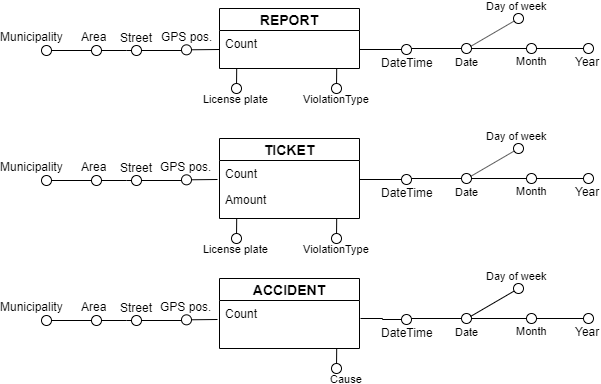
Above: DD/img/DFM.png in SimoneSartoni/SoftwareEngineering2 (draw.io), before the change. Source tidied: cells renumbered, new cells last; positions are measured from the earlier drawing's top-left corner, leaving out a move shared by most shapes.
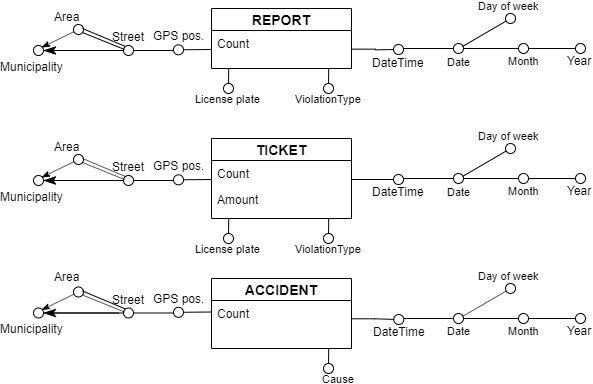
Later version of the same file.

Diff of the diagram source:
```diff
@@ -69,29 +69,26 @@
         <mxPoint x="-21.5" y="-23" as="offset" />
       </mxGeometry>
     </mxCell>
-    <mxCell id="15" style="edgeStyle=none;rounded=0;orthogonalLoop=1;jettySize=auto;html=1;endArrow=oval;endFill=0;endSize=10;spacingTop=0;spacingBottom=0;" parent="1" edge="1">
+    <mxCell id="15" style="edgeStyle=none;rounded=0;orthogonalLoop=1;jettySize=auto;html=1;endArrow=oval;endFill=0;endSize=10;spacingTop=0;spacingBottom=0;startArrow=classicThin;startFill=1;" parent="1" edge="1">
       <mxGeometry relative="1" as="geometry">
-        <mxPoint x="85" y="42" as="sourcePoint" />
-        <mxPoint x="50" y="42" as="targetPoint" />
-        <Array as="points">
-          <mxPoint x="80" y="42" />
-        </Array>
+        <mxPoint x="3" y="39" as="sourcePoint" />
+        <mxPoint x="40" y="21" as="targetPoint" />
       </mxGeometry>
     </mxCell>
     <mxCell id="16" value="Area" style="text;html=1;align=center;verticalAlign=middle;labelBackgroundColor=#ffffff;spacingBottom=5;spacingRight=5;" parent="15" vertex="1">
       <mxGeometry x="0.01" y="1" relative="1" as="geometry">
-        <mxPoint x="-17.5" y="-13" as="offset" />
+        <mxPoint x="9" y="-19" as="offset" />
       </mxGeometry>
     </mxCell>
     <mxCell id="17" style="edgeStyle=none;rounded=0;orthogonalLoop=1;jettySize=auto;html=1;endArrow=oval;endFill=0;endSize=10;spacingTop=0;spacingBottom=0;" parent="1" edge="1">
       <mxGeometry relative="1" as="geometry">
-        <mxPoint x="45" y="42" as="sourcePoint" />
+        <mxPoint x="85" y="42" as="sourcePoint" />
         <mxPoint y="42" as="targetPoint" />
       </mxGeometry>
     </mxCell>
     <mxCell id="18" value="Municipality" style="text;html=1;align=center;verticalAlign=middle;labelBackgroundColor=#ffffff;spacingBottom=5;" parent="17" vertex="1">
       <mxGeometry x="0.01" y="1" relative="1" as="geometry">
-        <mxPoint x="-37.5" y="-13" as="offset" />
+        <mxPoint x="-49.5" y="17" as="offset" />
       </mxGeometry>
     </mxCell>
     <mxCell id="19" value="License plate" style="edgeStyle=none;rounded=0;orthogonalLoop=1;jettySize=auto;html=1;exitX=0.75;exitY=0;exitDx=0;exitDy=0;endArrow=oval;endFill=0;endSize=10;labelBackgroundColor=none;" parent="1" edge="1">
@@ -157,53 +154,6 @@
         <mxPoint x="10.5" y="11" as="offset" />
       </mxGeometry>
     </mxCell>
-    <mxCell id="31" style="edgeStyle=none;rounded=0;orthogonalLoop=1;jettySize=auto;html=1;endArrow=oval;endFill=0;endSize=10;" parent="1" edge="1">
-      <mxGeometry relative="1" as="geometry">
-        <mxPoint x="171" y="171" as="sourcePoint" />
-        <mxPoint x="140" y="171.3" as="targetPoint" />
-      </mxGeometry>
-    </mxCell>
-    <mxCell id="32" value="GPS pos." style="text;html=1;align=center;verticalAlign=middle;labelBackgroundColor=#ffffff;spacingTop=10;" parent="31" vertex="1">
-      <mxGeometry x="-0.39" y="1" relative="1" as="geometry">
-        <mxPoint x="-23" y="-20" as="offset" />
-      </mxGeometry>
-    </mxCell>
-    <mxCell id="33" style="edgeStyle=none;rounded=0;orthogonalLoop=1;jettySize=auto;html=1;endArrow=oval;endFill=0;endSize=10;spacingTop=0;spacingBottom=0;" parent="1" edge="1">
-      <mxGeometry relative="1" as="geometry">
-        <mxPoint x="135" y="172" as="sourcePoint" />
-        <mxPoint x="90" y="172" as="targetPoint" />
-      </mxGeometry>
-    </mxCell>
-    <mxCell id="34" value="Street" style="text;html=1;align=center;verticalAlign=middle;labelBackgroundColor=#ffffff;spacingTop=16;spacingLeft=11;" parent="33" vertex="1">
-      <mxGeometry x="0.33" y="1" relative="1" as="geometry">
-        <mxPoint x="-21.5" y="-23" as="offset" />
-      </mxGeometry>
-    </mxCell>
-    <mxCell id="35" style="edgeStyle=none;rounded=0;orthogonalLoop=1;jettySize=auto;html=1;endArrow=oval;endFill=0;endSize=10;spacingTop=0;spacingBottom=0;" parent="1" edge="1">
-      <mxGeometry relative="1" as="geometry">
-        <mxPoint x="85" y="172" as="sourcePoint" />
-        <mxPoint x="50" y="172" as="targetPoint" />
-        <Array as="points">
-          <mxPoint x="80" y="172" />
-        </Array>
-      </mxGeometry>
-    </mxCell>
-    <mxCell id="36" value="Area" style="text;html=1;align=center;verticalAlign=middle;labelBackgroundColor=#ffffff;spacingBottom=5;spacingRight=5;" parent="35" vertex="1">
-      <mxGeometry x="0.01" y="1" relative="1" as="geometry">
-        <mxPoint x="-17.5" y="-13" as="offset" />
-      </mxGeometry>
-    </mxCell>
-    <mxCell id="37" style="edgeStyle=none;rounded=0;orthogonalLoop=1;jettySize=auto;html=1;endArrow=oval;endFill=0;endSize=10;spacingTop=0;spacingBottom=0;" parent="1" edge="1">
-      <mxGeometry relative="1" as="geometry">
-        <mxPoint x="45" y="172" as="sourcePoint" />
-        <mxPoint y="172" as="targetPoint" />
-      </mxGeometry>
-    </mxCell>
-    <mxCell id="38" value="Municipality" style="text;html=1;align=center;verticalAlign=middle;labelBackgroundColor=#ffffff;spacingBottom=5;" parent="37" vertex="1">
-      <mxGeometry x="0.01" y="1" relative="1" as="geometry">
-        <mxPoint x="-37.5" y="-13" as="offset" />
-      </mxGeometry>
-    </mxCell>
     <mxCell id="39" value="License plate" style="edgeStyle=none;rounded=0;orthogonalLoop=1;jettySize=auto;html=1;exitX=0.75;exitY=0;exitDx=0;exitDy=0;endArrow=oval;endFill=0;endSize=10;labelBackgroundColor=none;" parent="1" edge="1">
       <mxGeometry x="1" y="10" relative="1" as="geometry">
         <mxPoint x="190.2" y="210" as="sourcePoint" />
@@ -267,53 +217,6 @@
         <mxPoint x="10.5" y="11" as="offset" />
       </mxGeometry>
     </mxCell>
-    <mxCell id="50" style="edgeStyle=none;rounded=0;orthogonalLoop=1;jettySize=auto;html=1;endArrow=oval;endFill=0;endSize=10;" parent="1" edge="1">
-      <mxGeometry relative="1" as="geometry">
-        <mxPoint x="171" y="311" as="sourcePoint" />
-        <mxPoint x="140" y="311.3" as="targetPoint" />
-      </mxGeometry>
-    </mxCell>
-    <mxCell id="51" value="GPS pos." style="text;html=1;align=center;verticalAlign=middle;labelBackgroundColor=#ffffff;spacingTop=10;" parent="50" vertex="1">
-      <mxGeometry x="-0.39" y="1" relative="1" as="geometry">
-        <mxPoint x="-23" y="-20" as="offset" />
-      </mxGeometry>
-    </mxCell>
-    <mxCell id="52" style="edgeStyle=none;rounded=0;orthogonalLoop=1;jettySize=auto;html=1;endArrow=oval;endFill=0;endSize=10;spacingTop=0;spacingBottom=0;" parent="1" edge="1">
-      <mxGeometry relative="1" as="geometry">
-        <mxPoint x="135" y="312" as="sourcePoint" />
-        <mxPoint x="90" y="312" as="targetPoint" />
-      </mxGeometry>
-    </mxCell>
-    <mxCell id="53" value="Street" style="text;html=1;align=center;verticalAlign=middle;labelBackgroundColor=#ffffff;spacingTop=16;spacingLeft=11;" parent="52" vertex="1">
-      <mxGeometry x="0.33" y="1" relative="1" as="geometry">
-        <mxPoint x="-21.5" y="-23" as="offset" />
-      </mxGeometry>
-    </mxCell>
-    <mxCell id="54" style="edgeStyle=none;rounded=0;orthogonalLoop=1;jettySize=auto;html=1;endArrow=oval;endFill=0;endSize=10;spacingTop=0;spacingBottom=0;" parent="1" edge="1">
-      <mxGeometry relative="1" as="geometry">
-        <mxPoint x="85" y="312" as="sourcePoint" />
-        <mxPoint x="50" y="312" as="targetPoint" />
-        <Array as="points">
-          <mxPoint x="80" y="312" />
-        </Array>
-      </mxGeometry>
-    </mxCell>
-    <mxCell id="55" value="Area" style="text;html=1;align=center;verticalAlign=middle;labelBackgroundColor=#ffffff;spacingBottom=5;spacingRight=5;" parent="54" vertex="1">
-      <mxGeometry x="0.01" y="1" relative="1" as="geometry">
-        <mxPoint x="-17.5" y="-13" as="offset" />
-      </mxGeometry>
-    </mxCell>
-    <mxCell id="56" style="edgeStyle=none;rounded=0;orthogonalLoop=1;jettySize=auto;html=1;endArrow=oval;endFill=0;endSize=10;spacingTop=0;spacingBottom=0;" parent="1" edge="1">
-      <mxGeometry relative="1" as="geometry">
-        <mxPoint x="45" y="312" as="sourcePoint" />
-        <mxPoint y="312" as="targetPoint" />
-      </mxGeometry>
-    </mxCell>
-    <mxCell id="57" value="Municipality" style="text;html=1;align=center;verticalAlign=middle;labelBackgroundColor=#ffffff;spacingBottom=5;" parent="56" vertex="1">
-      <mxGeometry x="0.01" y="1" relative="1" as="geometry">
-        <mxPoint x="-37.5" y="-13" as="offset" />
-      </mxGeometry>
-    </mxCell>
     <mxCell id="58" value="Cause" style="edgeStyle=none;rounded=0;orthogonalLoop=1;jettySize=auto;html=1;exitX=0.75;exitY=0;exitDx=0;exitDy=0;endArrow=oval;endFill=0;endSize=10;labelBackgroundColor=none;" parent="1" edge="1">
       <mxGeometry x="1" y="14" relative="1" as="geometry">
         <mxPoint x="290.2" y="340" as="sourcePoint" />
@@ -321,5 +224,147 @@
         <mxPoint x="-4" y="10" as="offset" />
       </mxGeometry>
     </mxCell>
+    <mxCell id="59" style="endArrow=none;html=1;" parent="1" edge="1">
+      <mxGeometry relative="1" as="geometry">
+        <mxPoint x="87" y="38" as="sourcePoint" />
+        <mxPoint x="44" y="20" as="targetPoint" />
+      </mxGeometry>
+    </mxCell>
+    <mxCell id="60" style="endArrow=none;html=1;" parent="1" edge="1">
+      <mxGeometry relative="1" as="geometry">
+        <mxPoint x="86" y="41" as="sourcePoint" />
+        <mxPoint x="44" y="24" as="targetPoint" />
+      </mxGeometry>
+    </mxCell>
+    <mxCell id="61" style="edgeStyle=none;rounded=0;orthogonalLoop=1;jettySize=auto;html=1;endArrow=classicThin;endFill=1;endSize=10;spacingTop=0;spacingBottom=0;" parent="1" edge="1">
+      <mxGeometry relative="1" as="geometry">
+        <mxPoint x="80" y="42" as="sourcePoint" />
+        <mxPoint x="5" y="42" as="targetPoint" />
+      </mxGeometry>
+    </mxCell>
+    <mxCell id="62" style="edgeStyle=none;rounded=0;orthogonalLoop=1;jettySize=auto;html=1;exitX=0;exitY=0.5;exitDx=0;exitDy=0;endArrow=oval;endFill=0;endSize=10;" parent="1" edge="1">
+      <mxGeometry relative="1" as="geometry">
+        <mxPoint x="173" y="171" as="sourcePoint" />
+        <mxPoint x="140" y="171.3" as="targetPoint" />
+      </mxGeometry>
+    </mxCell>
+    <mxCell id="63" value="GPS pos." style="text;html=1;align=center;verticalAlign=middle;labelBackgroundColor=#ffffff;spacingTop=10;" parent="62" vertex="1">
+      <mxGeometry x="-0.39" y="1" relative="1" as="geometry">
+        <mxPoint x="-23" y="-20" as="offset" />
+      </mxGeometry>
+    </mxCell>
+    <mxCell id="64" style="edgeStyle=none;rounded=0;orthogonalLoop=1;jettySize=auto;html=1;endArrow=oval;endFill=0;endSize=10;spacingTop=0;spacingBottom=0;" parent="1" edge="1">
+      <mxGeometry relative="1" as="geometry">
+        <mxPoint x="135" y="172" as="sourcePoint" />
+        <mxPoint x="90" y="172" as="targetPoint" />
+      </mxGeometry>
+    </mxCell>
+    <mxCell id="65" value="Street" style="text;html=1;align=center;verticalAlign=middle;labelBackgroundColor=#ffffff;spacingTop=16;spacingLeft=11;" parent="64" vertex="1">
+      <mxGeometry x="0.33" y="1" relative="1" as="geometry">
+        <mxPoint x="-21.5" y="-23" as="offset" />
+      </mxGeometry>
+    </mxCell>
+    <mxCell id="66" style="edgeStyle=none;rounded=0;orthogonalLoop=1;jettySize=auto;html=1;endArrow=oval;endFill=0;endSize=10;spacingTop=0;spacingBottom=0;startArrow=classicThin;startFill=1;" parent="1" edge="1">
+      <mxGeometry relative="1" as="geometry">
+        <mxPoint x="3" y="169" as="sourcePoint" />
+        <mxPoint x="40" y="151" as="targetPoint" />
+      </mxGeometry>
+    </mxCell>
+    <mxCell id="67" value="Area" style="text;html=1;align=center;verticalAlign=middle;labelBackgroundColor=#ffffff;spacingBottom=5;spacingRight=5;" parent="66" vertex="1">
+      <mxGeometry x="0.01" y="1" relative="1" as="geometry">
+        <mxPoint x="9" y="-19" as="offset" />
+      </mxGeometry>
+    </mxCell>
+    <mxCell id="68" style="edgeStyle=none;rounded=0;orthogonalLoop=1;jettySize=auto;html=1;endArrow=oval;endFill=0;endSize=10;spacingTop=0;spacingBottom=0;" parent="1" edge="1">
+      <mxGeometry relative="1" as="geometry">
+        <mxPoint x="85" y="172" as="sourcePoint" />
+        <mxPoint y="172" as="targetPoint" />
+      </mxGeometry>
+    </mxCell>
+    <mxCell id="69" value="Municipality" style="text;html=1;align=center;verticalAlign=middle;labelBackgroundColor=#ffffff;spacingBottom=5;" parent="68" vertex="1">
+      <mxGeometry x="0.01" y="1" relative="1" as="geometry">
+        <mxPoint x="-49.5" y="17" as="offset" />
+      </mxGeometry>
+    </mxCell>
+    <mxCell id="70" style="endArrow=none;html=1;" parent="1" edge="1">
+      <mxGeometry relative="1" as="geometry">
+        <mxPoint x="87" y="168" as="sourcePoint" />
+        <mxPoint x="44" y="150" as="targetPoint" />
+      </mxGeometry>
+    </mxCell>
+    <mxCell id="71" style="endArrow=none;html=1;" parent="1" edge="1">
+      <mxGeometry relative="1" as="geometry">
+        <mxPoint x="86" y="171" as="sourcePoint" />
+        <mxPoint x="44" y="154" as="targetPoint" />
+      </mxGeometry>
+    </mxCell>
+    <mxCell id="72" style="edgeStyle=none;rounded=0;orthogonalLoop=1;jettySize=auto;html=1;endArrow=classicThin;endFill=1;endSize=10;spacingTop=0;spacingBottom=0;" parent="1" edge="1">
+      <mxGeometry relative="1" as="geometry">
+        <mxPoint x="80" y="172" as="sourcePoint" />
+        <mxPoint x="5" y="172" as="targetPoint" />
+      </mxGeometry>
+    </mxCell>
+    <mxCell id="73" style="edgeStyle=none;rounded=0;orthogonalLoop=1;jettySize=auto;html=1;exitX=0;exitY=0.5;exitDx=0;exitDy=0;endArrow=oval;endFill=0;endSize=10;" parent="1" edge="1">
+      <mxGeometry relative="1" as="geometry">
+        <mxPoint x="173" y="303.5" as="sourcePoint" />
+        <mxPoint x="140" y="303.8" as="targetPoint" />
+      </mxGeometry>
+    </mxCell>
+    <mxCell id="74" value="GPS pos." style="text;html=1;align=center;verticalAlign=middle;labelBackgroundColor=#ffffff;spacingTop=10;" parent="73" vertex="1">
+      <mxGeometry x="-0.39" y="1" relative="1" as="geometry">
+        <mxPoint x="-23" y="-20" as="offset" />
+      </mxGeometry>
+    </mxCell>
+    <mxCell id="75" style="edgeStyle=none;rounded=0;orthogonalLoop=1;jettySize=auto;html=1;endArrow=oval;endFill=0;endSize=10;spacingTop=0;spacingBottom=0;" parent="1" edge="1">
+      <mxGeometry relative="1" as="geometry">
+        <mxPoint x="135" y="304.5" as="sourcePoint" />
+        <mxPoint x="90" y="304.5" as="targetPoint" />
+      </mxGeometry>
+    </mxCell>
+    <mxCell id="76" value="Street" style="text;html=1;align=center;verticalAlign=middle;labelBackgroundColor=#ffffff;spacingTop=16;spacingLeft=11;" parent="75" vertex="1">
+      <mxGeometry x="0.33" y="1" relative="1" as="geometry">
+        <mxPoint x="-21.5" y="-23" as="offset" />
+      </mxGeometry>
+    </mxCell>
+    <mxCell id="77" style="edgeStyle=none;rounded=0;orthogonalLoop=1;jettySize=auto;html=1;endArrow=oval;endFill=0;endSize=10;spacingTop=0;spacingBottom=0;startArrow=classicThin;startFill=1;" parent="1" edge="1">
+      <mxGeometry relative="1" as="geometry">
+        <mxPoint x="3" y="301.5" as="sourcePoint" />
+        <mxPoint x="40" y="283.5" as="targetPoint" />
+      </mxGeometry>
+    </mxCell>
+    <mxCell id="78" value="Area" style="text;html=1;align=center;verticalAlign=middle;labelBackgroundColor=#ffffff;spacingBottom=5;spacingRight=5;" parent="77" vertex="1">
+      <mxGeometry x="0.01" y="1" relative="1" as="geometry">
+        <mxPoint x="9" y="-21.5" as="offset" />
+      </mxGeometry>
+    </mxCell>
+    <mxCell id="79" style="edgeStyle=none;rounded=0;orthogonalLoop=1;jettySize=auto;html=1;endArrow=oval;endFill=0;endSize=10;spacingTop=0;spacingBottom=0;" parent="1" edge="1">
+      <mxGeometry relative="1" as="geometry">
+        <mxPoint x="85" y="304.5" as="sourcePoint" />
+        <mxPoint y="304.5" as="targetPoint" />
+      </mxGeometry>
+    </mxCell>
+    <mxCell id="80" value="Municipality" style="text;html=1;align=center;verticalAlign=middle;labelBackgroundColor=#ffffff;spacingBottom=5;" parent="79" vertex="1">
+      <mxGeometry x="0.01" y="1" relative="1" as="geometry">
+        <mxPoint x="-49.5" y="17" as="offset" />
+      </mxGeometry>
+    </mxCell>
+    <mxCell id="81" style="endArrow=none;html=1;" parent="1" edge="1">
+      <mxGeometry relative="1" as="geometry">
+        <mxPoint x="87" y="300.5" as="sourcePoint" />
+        <mxPoint x="44" y="282.5" as="targetPoint" />
+      </mxGeometry>
+    </mxCell>
+    <mxCell id="82" style="endArrow=none;html=1;" parent="1" edge="1">
+      <mxGeometry relative="1" as="geometry">
+        <mxPoint x="86" y="303.5" as="sourcePoint" />
+        <mxPoint x="44" y="286.5" as="targetPoint" />
+      </mxGeometry>
+    </mxCell>
+    <mxCell id="83" style="edgeStyle=none;rounded=0;orthogonalLoop=1;jettySize=auto;html=1;endArrow=classicThin;endFill=1;endSize=10;spacingTop=0;spacingBottom=0;" parent="1" edge="1">
+      <mxGeometry relative="1" as="geometry">
+        <mxPoint x="80" y="304.5" as="sourcePoint" />
+        <mxPoint x="5" y="304.5" as="targetPoint" />
+      </mxGeometry>
+    </mxCell>
   </root>
 </mxGraphModel>
```
